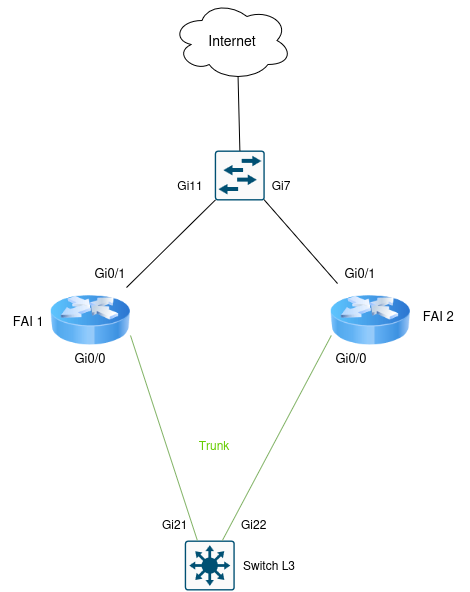
Above: docs/annexes/schéma_physique2.drawio.png in Dian3410/Documentation-SporLudique-Tours (draw.io), before the change. Source tidied: cells renumbered, new cells last; positions are measured from the earlier drawing's top-left corner, leaving out a move shared by most shapes. Source of this version:
```xml
<mxGraphModel>
  <root>
    <mxCell id="0" />
    <mxCell id="1" parent="0" />
    <mxCell id="2" style="ellipse;shape=cloud;whiteSpace=wrap;html=1;" parent="1" vertex="1">
      <mxGeometry x="171.6" width="120" height="80" as="geometry" />
    </mxCell>
    <mxCell id="3" style="image;html=1;image=img/lib/clip_art/networking/Router_Icon_128x128.png;" parent="1" vertex="1">
      <mxGeometry x="50" y="280" width="80" height="80" as="geometry" />
    </mxCell>
    <mxCell id="4" style="sketch=0;points=[[0.015,0.015,0],[0.985,0.015,0],[0.985,0.985,0],[0.015,0.985,0],[0.25,0,0],[0.5,0,0],[0.75,0,0],[1,0.25,0],[1,0.5,0],[1,0.75,0],[0.75,1,0],[0.5,1,0],[0.25,1,0],[0,0.75,0],[0,0.5,0],[0,0.25,0]];verticalLabelPosition=bottom;html=1;verticalAlign=top;align=center;shape=mxgraph.cisco19.rect;prIcon=l3_switch;fillColor=#FAFAFA;strokeColor=#005073;" parent="1" vertex="1">
      <mxGeometry x="184.4" y="540" width="50" height="50" as="geometry" />
    </mxCell>
    <mxCell id="5" style="image;html=1;image=img/lib/clip_art/networking/Router_Icon_128x128.png;" parent="1" vertex="1">
      <mxGeometry x="330" y="280" width="80" height="80" as="geometry" />
    </mxCell>
    <mxCell id="6" style="endArrow=none;html=1;rounded=0;exitX=0.95;exitY=0.088;exitDx=0;exitDy=0;exitPerimeter=0;entryX=0.015;entryY=0.985;entryDx=0;entryDy=0;entryPerimeter=0;" parent="1" edge="1" source="3" target="13">
      <mxGeometry relative="1" as="geometry" />
    </mxCell>
    <mxCell id="7" style="endArrow=none;html=1;rounded=0;exitX=0.088;exitY=0.038;exitDx=0;exitDy=0;exitPerimeter=0;entryX=0.985;entryY=0.985;entryDx=0;entryDy=0;entryPerimeter=0;" parent="1" edge="1" source="5" target="13">
      <mxGeometry relative="1" as="geometry" />
    </mxCell>
    <mxCell id="8" value="&lt;font style=&quot;font-size: 13px;&quot;&gt;FAI 1&amp;nbsp;&lt;/font&gt;" style="text;html=1;whiteSpace=wrap;strokeColor=none;fillColor=none;align=center;verticalAlign=middle;rounded=0;" parent="1" vertex="1">
      <mxGeometry y="305" width="60" height="30" as="geometry" />
    </mxCell>
    <mxCell id="9" style="edgeStyle=orthogonalEdgeStyle;rounded=0;orthogonalLoop=1;jettySize=auto;html=1;innerLoopWaypoints=1;exitX=0.5;exitY=1;exitDx=0;exitDy=0;" parent="1" edge="1" source="8" target="8">
      <mxGeometry relative="1" as="geometry" />
    </mxCell>
    <mxCell id="10" value="&lt;font style=&quot;font-size: 13px;&quot;&gt;FAI 2&amp;nbsp;&lt;/font&gt;" style="text;html=1;whiteSpace=wrap;strokeColor=none;fillColor=none;align=center;verticalAlign=middle;rounded=0;" parent="1" vertex="1">
      <mxGeometry x="410" y="300" width="60" height="30" as="geometry" />
    </mxCell>
    <mxCell id="11" value="&lt;br&gt;&lt;div&gt;&lt;font style=&quot;font-size: 13px;&quot;&gt;Gi0/0&lt;/font&gt;&lt;/div&gt;" style="text;html=1;whiteSpace=wrap;align=center;verticalAlign=middle;rounded=0;" parent="1" vertex="1">
      <mxGeometry x="50" y="335" width="80" height="30" as="geometry" />
    </mxCell>
    <mxCell id="12" value="&lt;font style=&quot;font-size: 14px;&quot;&gt;Internet&lt;/font&gt;" style="text;html=1;whiteSpace=wrap;strokeColor=none;fillColor=none;align=center;verticalAlign=middle;rounded=0;" parent="1" vertex="1">
      <mxGeometry x="198.7" y="20" width="65.6" height="40" as="geometry" />
    </mxCell>
    <mxCell id="13" style="sketch=0;points=[[0.015,0.015,0],[0.985,0.015,0],[0.985,0.985,0],[0.015,0.985,0],[0.25,0,0],[0.5,0,0],[0.75,0,0],[1,0.25,0],[1,0.5,0],[1,0.75,0],[0.75,1,0],[0.5,1,0],[0.25,1,0],[0,0.75,0],[0,0.5,0],[0,0.25,0]];verticalLabelPosition=bottom;html=1;verticalAlign=top;align=center;shape=mxgraph.cisco19.rect;prIcon=l2_switch;fillColor=#FAFAFA;strokeColor=#005073;" parent="1" vertex="1">
      <mxGeometry x="214.4" y="150" width="50" height="50" as="geometry" />
    </mxCell>
    <mxCell id="14" value="Gi11" style="text;html=1;whiteSpace=wrap;strokeColor=none;fillColor=none;align=center;verticalAlign=middle;rounded=0;" parent="1" vertex="1">
      <mxGeometry x="160" y="170" width="60" height="30" as="geometry" />
    </mxCell>
    <mxCell id="15" value="&lt;br&gt;&lt;div&gt;&lt;font style=&quot;font-size: 13px;&quot;&gt;Gi0/0&lt;/font&gt;&lt;/div&gt;" style="text;html=1;whiteSpace=wrap;align=center;verticalAlign=middle;rounded=0;" parent="1" vertex="1">
      <mxGeometry x="310.8" y="335" width="80" height="30" as="geometry" />
    </mxCell>
    <mxCell id="16" value="Gi22" style="text;whiteSpace=wrap;html=1;" parent="1" vertex="1">
      <mxGeometry x="239.4" y="510" width="60" height="40" as="geometry" />
    </mxCell>
    <mxCell id="17" value="Gi7" style="text;html=1;whiteSpace=wrap;strokeColor=none;fillColor=none;align=center;verticalAlign=middle;rounded=0;" parent="1" vertex="1">
      <mxGeometry x="250.8" y="170" width="60" height="30" as="geometry" />
    </mxCell>
    <mxCell id="18" value="&lt;br&gt;&lt;div&gt;&lt;font style=&quot;font-size: 13px;&quot;&gt;Gi0/1&lt;/font&gt;&lt;/div&gt;" style="text;html=1;whiteSpace=wrap;align=center;verticalAlign=middle;rounded=0;" parent="1" vertex="1">
      <mxGeometry x="70" y="250" width="80" height="30" as="geometry" />
    </mxCell>
    <mxCell id="19" value="&lt;br&gt;&lt;div&gt;&lt;font style=&quot;font-size: 13px;&quot;&gt;Gi0/1&lt;/font&gt;&lt;/div&gt;" style="text;html=1;whiteSpace=wrap;align=center;verticalAlign=middle;rounded=0;" parent="1" vertex="1">
      <mxGeometry x="320" y="250" width="80" height="30" as="geometry" />
    </mxCell>
    <mxCell id="20" style="endArrow=none;html=1;rounded=0;entryX=1;entryY=0;entryDx=0;entryDy=0;exitX=0.25;exitY=0;exitDx=0;exitDy=0;exitPerimeter=0;fillColor=#d5e8d4;strokeColor=#82b366;" parent="1" edge="1" source="4" target="11">
      <mxGeometry relative="1" as="geometry" />
    </mxCell>
    <mxCell id="21" style="endArrow=none;html=1;rounded=0;exitX=0.75;exitY=0;exitDx=0;exitDy=0;exitPerimeter=0;fillColor=#d5e8d4;strokeColor=#82b366;entryX=0.25;entryY=0;entryDx=0;entryDy=0;" parent="1" edge="1" source="4" target="15">
      <mxGeometry relative="1" as="geometry" />
    </mxCell>
    <mxCell id="22" value="Gi21" style="text;whiteSpace=wrap;html=1;" parent="1" vertex="1">
      <mxGeometry x="160" y="510" width="60" height="40" as="geometry" />
    </mxCell>
    <mxCell id="23" value="Switch L3" style="text;html=1;whiteSpace=wrap;strokeColor=none;fillColor=none;align=center;verticalAlign=middle;rounded=0;" parent="1" vertex="1">
      <mxGeometry x="239.4" y="550" width="60" height="30" as="geometry" />
    </mxCell>
    <mxCell id="24" value="&lt;span style=&quot;color: light-dark(rgb(102, 204, 0), rgb(237, 237, 237));&quot;&gt;Trunk&lt;/span&gt;" style="text;html=1;whiteSpace=wrap;strokeColor=none;fillColor=none;align=center;verticalAlign=middle;rounded=0;" parent="1" vertex="1">
      <mxGeometry x="184" y="430" width="60" height="30" as="geometry" />
    </mxCell>
    <mxCell id="25" style="endArrow=none;html=1;rounded=0;entryX=0.55;entryY=0.95;entryDx=0;entryDy=0;entryPerimeter=0;exitX=0.5;exitY=0;exitDx=0;exitDy=0;exitPerimeter=0;" parent="1" edge="1" source="13" target="2">
      <mxGeometry relative="1" as="geometry" />
    </mxCell>
  </root>
</mxGraphModel>
```
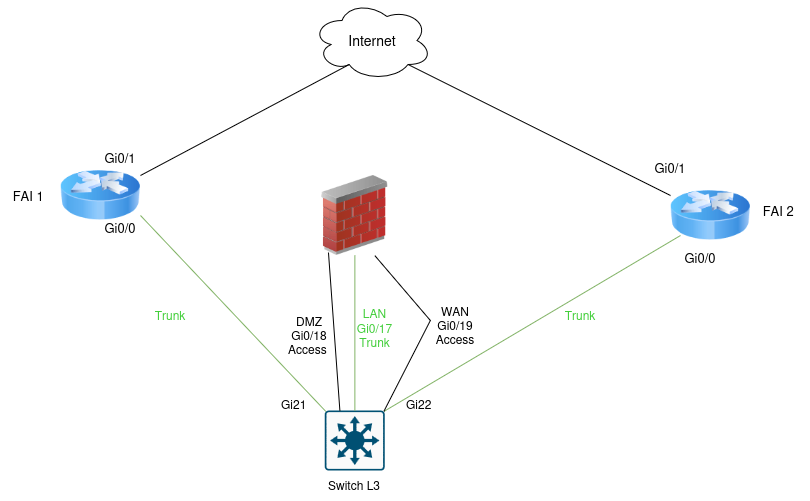
The same file after the commit.

What changed in the source:
```diff
@@ -3,76 +3,92 @@
     <mxCell id="0" />
     <mxCell id="1" parent="0" />
     <mxCell id="2" style="ellipse;shape=cloud;whiteSpace=wrap;html=1;" parent="1" vertex="1">
-      <mxGeometry x="171.6" width="120" height="80" as="geometry" />
+      <mxGeometry x="171.6" y="130" width="120" height="80" as="geometry" />
     </mxCell>
     <mxCell id="3" style="image;html=1;image=img/lib/clip_art/networking/Router_Icon_128x128.png;" parent="1" vertex="1">
-      <mxGeometry x="50" y="280" width="80" height="80" as="geometry" />
+      <mxGeometry x="-80" y="285" width="80" height="80" as="geometry" />
     </mxCell>
     <mxCell id="4" style="sketch=0;points=[[0.015,0.015,0],[0.985,0.015,0],[0.985,0.985,0],[0.015,0.985,0],[0.25,0,0],[0.5,0,0],[0.75,0,0],[1,0.25,0],[1,0.5,0],[1,0.75,0],[0.75,1,0],[0.5,1,0],[0.25,1,0],[0,0.75,0],[0,0.5,0],[0,0.25,0]];verticalLabelPosition=bottom;html=1;verticalAlign=top;align=center;shape=mxgraph.cisco19.rect;prIcon=l3_switch;fillColor=#FAFAFA;strokeColor=#005073;" parent="1" vertex="1">
-      <mxGeometry x="184.4" y="540" width="50" height="50" as="geometry" />
+      <mxGeometry x="184.4" y="540" width="60" height="60" as="geometry" />
     </mxCell>
     <mxCell id="5" style="image;html=1;image=img/lib/clip_art/networking/Router_Icon_128x128.png;" parent="1" vertex="1">
-      <mxGeometry x="330" y="280" width="80" height="80" as="geometry" />
+      <mxGeometry x="530" y="305" width="80" height="80" as="geometry" />
     </mxCell>
-    <mxCell id="6" style="endArrow=none;html=1;rounded=0;exitX=0.95;exitY=0.088;exitDx=0;exitDy=0;exitPerimeter=0;entryX=0.015;entryY=0.985;entryDx=0;entryDy=0;entryPerimeter=0;" parent="1" edge="1" source="3" target="13">
+    <mxCell id="6" style="endArrow=none;html=1;rounded=0;exitX=1;exitY=0.25;exitDx=0;exitDy=0;entryX=0.31;entryY=0.8;entryDx=0;entryDy=0;entryPerimeter=0;" parent="1" edge="1" source="3" target="2">
       <mxGeometry relative="1" as="geometry" />
     </mxCell>
-    <mxCell id="7" style="endArrow=none;html=1;rounded=0;exitX=0.088;exitY=0.038;exitDx=0;exitDy=0;exitPerimeter=0;entryX=0.985;entryY=0.985;entryDx=0;entryDy=0;entryPerimeter=0;" parent="1" edge="1" source="5" target="13">
+    <mxCell id="7" style="endArrow=none;html=1;rounded=0;exitX=0;exitY=0.25;exitDx=0;exitDy=0;entryX=0.8;entryY=0.8;entryDx=0;entryDy=0;entryPerimeter=0;" parent="1" edge="1" source="5" target="2">
       <mxGeometry relative="1" as="geometry" />
     </mxCell>
     <mxCell id="8" value="&lt;font style=&quot;font-size: 13px;&quot;&gt;FAI 1&amp;nbsp;&lt;/font&gt;" style="text;html=1;whiteSpace=wrap;strokeColor=none;fillColor=none;align=center;verticalAlign=middle;rounded=0;" parent="1" vertex="1">
-      <mxGeometry y="305" width="60" height="30" as="geometry" />
+      <mxGeometry x="-140" y="310" width="60" height="30" as="geometry" />
     </mxCell>
     <mxCell id="9" style="edgeStyle=orthogonalEdgeStyle;rounded=0;orthogonalLoop=1;jettySize=auto;html=1;innerLoopWaypoints=1;exitX=0.5;exitY=1;exitDx=0;exitDy=0;" parent="1" edge="1" source="8" target="8">
       <mxGeometry relative="1" as="geometry" />
     </mxCell>
     <mxCell id="10" value="&lt;font style=&quot;font-size: 13px;&quot;&gt;FAI 2&amp;nbsp;&lt;/font&gt;" style="text;html=1;whiteSpace=wrap;strokeColor=none;fillColor=none;align=center;verticalAlign=middle;rounded=0;" parent="1" vertex="1">
-      <mxGeometry x="410" y="300" width="60" height="30" as="geometry" />
+      <mxGeometry x="610" y="325" width="60" height="30" as="geometry" />
     </mxCell>
     <mxCell id="11" value="&lt;br&gt;&lt;div&gt;&lt;font style=&quot;font-size: 13px;&quot;&gt;Gi0/0&lt;/font&gt;&lt;/div&gt;" style="text;html=1;whiteSpace=wrap;align=center;verticalAlign=middle;rounded=0;" parent="1" vertex="1">
-      <mxGeometry x="50" y="335" width="80" height="30" as="geometry" />
+      <mxGeometry x="-60" y="335" width="80" height="30" as="geometry" />
     </mxCell>
     <mxCell id="12" value="&lt;font style=&quot;font-size: 14px;&quot;&gt;Internet&lt;/font&gt;" style="text;html=1;whiteSpace=wrap;strokeColor=none;fillColor=none;align=center;verticalAlign=middle;rounded=0;" parent="1" vertex="1">
-      <mxGeometry x="198.7" y="20" width="65.6" height="40" as="geometry" />
+      <mxGeometry x="198.7" y="150" width="65.6" height="40" as="geometry" />
     </mxCell>
-    <mxCell id="13" style="sketch=0;points=[[0.015,0.015,0],[0.985,0.015,0],[0.985,0.985,0],[0.015,0.985,0],[0.25,0,0],[0.5,0,0],[0.75,0,0],[1,0.25,0],[1,0.5,0],[1,0.75,0],[0.75,1,0],[0.5,1,0],[0.25,1,0],[0,0.75,0],[0,0.5,0],[0,0.25,0]];verticalLabelPosition=bottom;html=1;verticalAlign=top;align=center;shape=mxgraph.cisco19.rect;prIcon=l2_switch;fillColor=#FAFAFA;strokeColor=#005073;" parent="1" vertex="1">
-      <mxGeometry x="214.4" y="150" width="50" height="50" as="geometry" />
-    </mxCell>
-    <mxCell id="14" value="Gi11" style="text;html=1;whiteSpace=wrap;strokeColor=none;fillColor=none;align=center;verticalAlign=middle;rounded=0;" parent="1" vertex="1">
-      <mxGeometry x="160" y="170" width="60" height="30" as="geometry" />
-    </mxCell>
     <mxCell id="15" value="&lt;br&gt;&lt;div&gt;&lt;font style=&quot;font-size: 13px;&quot;&gt;Gi0/0&lt;/font&gt;&lt;/div&gt;" style="text;html=1;whiteSpace=wrap;align=center;verticalAlign=middle;rounded=0;" parent="1" vertex="1">
-      <mxGeometry x="310.8" y="335" width="80" height="30" as="geometry" />
+      <mxGeometry x="520" y="365" width="80" height="30" as="geometry" />
     </mxCell>
     <mxCell id="16" value="Gi22" style="text;whiteSpace=wrap;html=1;" parent="1" vertex="1">
-      <mxGeometry x="239.4" y="510" width="60" height="40" as="geometry" />
+      <mxGeometry x="264.4" y="520" width="60" height="40" as="geometry" />
     </mxCell>
-    <mxCell id="17" value="Gi7" style="text;html=1;whiteSpace=wrap;strokeColor=none;fillColor=none;align=center;verticalAlign=middle;rounded=0;" parent="1" vertex="1">
-      <mxGeometry x="250.8" y="170" width="60" height="30" as="geometry" />
-    </mxCell>
     <mxCell id="18" value="&lt;br&gt;&lt;div&gt;&lt;font style=&quot;font-size: 13px;&quot;&gt;Gi0/1&lt;/font&gt;&lt;/div&gt;" style="text;html=1;whiteSpace=wrap;align=center;verticalAlign=middle;rounded=0;" parent="1" vertex="1">
-      <mxGeometry x="70" y="250" width="80" height="30" as="geometry" />
+      <mxGeometry x="-60" y="265" width="80" height="30" as="geometry" />
     </mxCell>
     <mxCell id="19" value="&lt;br&gt;&lt;div&gt;&lt;font style=&quot;font-size: 13px;&quot;&gt;Gi0/1&lt;/font&gt;&lt;/div&gt;" style="text;html=1;whiteSpace=wrap;align=center;verticalAlign=middle;rounded=0;" parent="1" vertex="1">
-      <mxGeometry x="320" y="250" width="80" height="30" as="geometry" />
+      <mxGeometry x="490" y="275" width="80" height="30" as="geometry" />
     </mxCell>
-    <mxCell id="20" style="endArrow=none;html=1;rounded=0;entryX=1;entryY=0;entryDx=0;entryDy=0;exitX=0.25;exitY=0;exitDx=0;exitDy=0;exitPerimeter=0;fillColor=#d5e8d4;strokeColor=#82b366;" parent="1" edge="1" source="4" target="11">
+    <mxCell id="20" style="endArrow=none;html=1;rounded=0;exitX=0.015;exitY=0.015;exitDx=0;exitDy=0;exitPerimeter=0;fillColor=#d5e8d4;strokeColor=#82b366;entryX=1;entryY=0.75;entryDx=0;entryDy=0;fontColor=light-dark(#42ce3a, #ededed);" parent="1" edge="1" source="4" target="3">
       <mxGeometry relative="1" as="geometry" />
     </mxCell>
-    <mxCell id="21" style="endArrow=none;html=1;rounded=0;exitX=0.75;exitY=0;exitDx=0;exitDy=0;exitPerimeter=0;fillColor=#d5e8d4;strokeColor=#82b366;entryX=0.25;entryY=0;entryDx=0;entryDy=0;" parent="1" edge="1" source="4" target="15">
-      <mxGeometry relative="1" as="geometry" />
-    </mxCell>
     <mxCell id="22" value="Gi21" style="text;whiteSpace=wrap;html=1;" parent="1" vertex="1">
-      <mxGeometry x="160" y="510" width="60" height="40" as="geometry" />
+      <mxGeometry x="138.7" y="520" width="60" height="40" as="geometry" />
     </mxCell>
     <mxCell id="23" value="Switch L3" style="text;html=1;whiteSpace=wrap;strokeColor=none;fillColor=none;align=center;verticalAlign=middle;rounded=0;" parent="1" vertex="1">
-      <mxGeometry x="239.4" y="550" width="60" height="30" as="geometry" />
+      <mxGeometry x="184.4" y="600" width="60" height="30" as="geometry" />
     </mxCell>
-    <mxCell id="24" value="&lt;span style=&quot;color: light-dark(rgb(102, 204, 0), rgb(237, 237, 237));&quot;&gt;Trunk&lt;/span&gt;" style="text;html=1;whiteSpace=wrap;strokeColor=none;fillColor=none;align=center;verticalAlign=middle;rounded=0;" parent="1" vertex="1">
-      <mxGeometry x="184" y="430" width="60" height="30" as="geometry" />
+    <mxCell id="24" value="&lt;span style=&quot;&quot;&gt;Trunk&lt;/span&gt;" style="text;html=1;whiteSpace=wrap;strokeColor=none;fillColor=none;align=center;verticalAlign=middle;rounded=0;fontColor=light-dark(#42ce3a, #ededed);" parent="1" vertex="1">
+      <mxGeometry x="410" y="430" width="60" height="30" as="geometry" />
     </mxCell>
-    <mxCell id="25" style="endArrow=none;html=1;rounded=0;entryX=0.55;entryY=0.95;entryDx=0;entryDy=0;entryPerimeter=0;exitX=0.5;exitY=0;exitDx=0;exitDy=0;exitPerimeter=0;" parent="1" edge="1" source="13" target="2">
-      <mxGeometry relative="1" as="geometry" />
-    </mxCell>
+    <mxCell id="26" style="image;html=1;image=img/lib/clip_art/networking/Firewall_02_128x128.png;" parent="1" vertex="1">
+      <mxGeometry x="174.4" y="305" width="80" height="80" as="geometry" />
+    </mxCell>
+    <mxCell id="27" value="&lt;span style=&quot;color: light-dark(rgb(66, 206, 58), rgb(237, 237, 237));&quot;&gt;Trunk&lt;/span&gt;" style="text;html=1;whiteSpace=wrap;strokeColor=none;fillColor=none;align=center;verticalAlign=middle;rounded=0;" parent="1" vertex="1">
+      <mxGeometry y="430" width="60" height="30" as="geometry" />
+    </mxCell>
+    <mxCell id="21" style="endArrow=none;html=1;rounded=0;exitX=0.985;exitY=0.015;exitDx=0;exitDy=0;exitPerimeter=0;fillColor=#d5e8d4;strokeColor=#82b366;entryX=0.25;entryY=0;entryDx=0;entryDy=0;fontColor=light-dark(#42ce3a, #ededed);" parent="1" edge="1" source="4" target="15">
+      <mxGeometry relative="1" as="geometry" />
+    </mxCell>
+    <mxCell id="28" style="endArrow=none;html=1;rounded=0;exitX=0.25;exitY=0;exitDx=0;exitDy=0;exitPerimeter=0;entryX=0.17;entryY=0.963;entryDx=0;entryDy=0;entryPerimeter=0;" parent="1" edge="1" source="4" target="26">
+      <mxGeometry relative="1" as="geometry" />
+    </mxCell>
+    <mxCell id="29" value="&lt;div&gt;DMZ&lt;/div&gt;&lt;div&gt;Gi0/18&lt;/div&gt;&lt;div&gt;Access&amp;nbsp;&lt;/div&gt;" style="text;html=1;whiteSpace=wrap;strokeColor=none;fillColor=none;align=center;verticalAlign=middle;rounded=0;" parent="1" vertex="1">
+      <mxGeometry x="128.7" y="450" width="80" height="30" as="geometry" />
+    </mxCell>
+    <mxCell id="30" style="endArrow=none;html=1;rounded=0;exitX=0.5;exitY=0;exitDx=0;exitDy=0;exitPerimeter=0;fillColor=#d5e8d4;strokeColor=#82b366;entryX=0.5;entryY=1;entryDx=0;entryDy=0;fontColor=light-dark(#42ce3a, #ededed);" parent="1" edge="1" source="4" target="26">
+      <mxGeometry relative="1" as="geometry" />
+    </mxCell>
+    <mxCell id="31" value="&lt;div&gt;&lt;span style=&quot;color: light-dark(rgb(66, 206, 58), rgb(237, 237, 237));&quot;&gt;LAN&lt;/span&gt;&lt;/div&gt;&lt;div&gt;&lt;span style=&quot;color: light-dark(rgb(66, 206, 58), rgb(237, 237, 237));&quot;&gt;Gi0/17&lt;/span&gt;&lt;/div&gt;&lt;div&gt;&lt;span style=&quot;color: light-dark(rgb(66, 206, 58), rgb(237, 237, 237));&quot;&gt;Trunk&lt;/span&gt;&lt;/div&gt;&lt;div&gt;&lt;span style=&quot;color: light-dark(rgb(66, 206, 58), rgb(237, 237, 237));&quot;&gt;&lt;br&gt;&lt;/span&gt;&lt;/div&gt;" style="text;html=1;whiteSpace=wrap;strokeColor=none;fillColor=none;align=center;verticalAlign=middle;rounded=0;" parent="1" vertex="1">
+      <mxGeometry x="184" y="450" width="101.3" height="30" as="geometry" />
+    </mxCell>
+    <mxCell id="32" style="endArrow=none;html=1;rounded=0;exitX=0.985;exitY=0.015;exitDx=0;exitDy=0;exitPerimeter=0;entryX=0.75;entryY=1;entryDx=0;entryDy=0;" parent="1" edge="1" source="4" target="26">
+      <mxGeometry relative="1" as="geometry">
+        <Array as="points">
+          <mxPoint x="290" y="450" />
+        </Array>
+      </mxGeometry>
+    </mxCell>
+    <mxCell id="33" value="&lt;div&gt;WAN&lt;/div&gt;&lt;div&gt;Gi0/19&lt;/div&gt;&lt;div&gt;Access&lt;/div&gt;" style="text;html=1;whiteSpace=wrap;strokeColor=none;fillColor=none;align=center;verticalAlign=middle;rounded=0;" parent="1" vertex="1">
+      <mxGeometry x="285.3" y="440" width="60" height="30" as="geometry" />
+    </mxCell>
   </root>
 </mxGraphModel>
```
